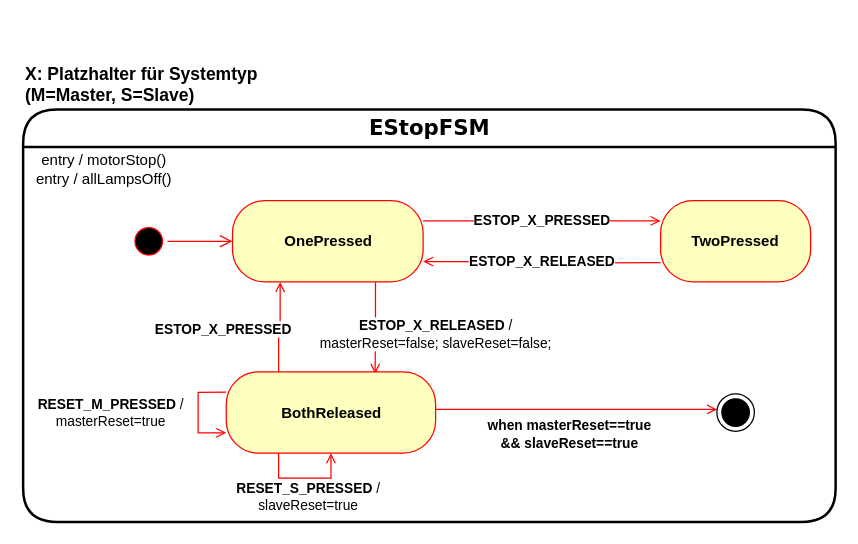
u2knwy/ESEP-2023SoSe-Team-2-1 keeps this draw.io diagram as page "estopp" (4 of 6) of docs/diagrams/fsm/state_machines.drawio. Above is the earlier version. Source tidied: cells renumbered, new cells numbered last; positions are measured from the earlier drawing's top-left corner, leaving out a move shared by most shapes. Both pictures are drawn from the tidied source at 125%, with x=0, y=0 at pixel (22, 59).
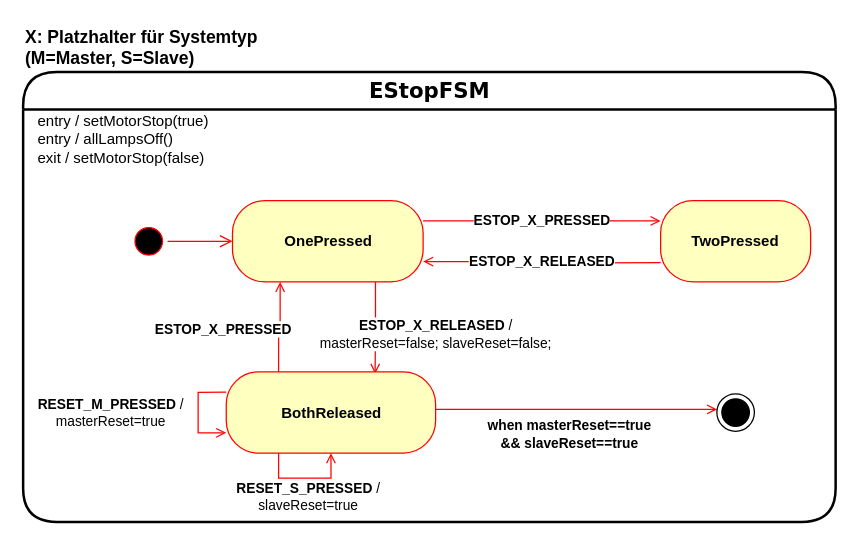
After the change.

The edit, as a diff of the source:
```diff
@@
     <mxCell id="2" value="&lt;font face=&quot;Verdana&quot; style=&quot;font-size: 17px&quot;&gt;EStopFSM&lt;/font&gt;" style="swimlane;html=1;fontStyle=1;align=center;verticalAlign=middle;horizontal=1;startSize=30;fontColor=#000000;rounded=1;arcSize=30;strokeColor=#000000;swimlaneFillColor=#FFFFFF;fillColor=#FFFFFF;strokeWidth=2;" parent="1" vertex="1">
-      <mxGeometry y="40" width="650" height="330" as="geometry" />
+      <mxGeometry y="10" width="650" height="360" as="geometry" />
     </mxCell>
     <mxCell id="3" value="X: Platzhalter für Systemtyp (M=Master, S=Slave)" style="text;html=1;strokeColor=none;fillColor=none;align=left;verticalAlign=middle;whiteSpace=wrap;rounded=0;fontSize=14;fontStyle=1;" parent="1" vertex="1">
-      <mxGeometry width="201" height="40" as="geometry" />
+      <mxGeometry y="-30" width="201" height="40" as="geometry" />
     </mxCell>
@@
-    <mxCell id="16" value="entry / motorStop()&lt;br style=&quot;border-color: var(--border-color);&quot;&gt;entry / allLampsOff()" style="text;html=1;strokeColor=none;fillColor=none;align=center;verticalAlign=middle;whiteSpace=wrap;rounded=0;" parent="1" vertex="1">
-      <mxGeometry y="73" width="130" height="30" as="geometry" />
+    <mxCell id="16" value="entry / setMotorStop(true)&lt;br style=&quot;border-color: var(--border-color);&quot;&gt;entry / allLampsOff()&lt;br&gt;exit / setMotorStop(false)" style="text;html=1;strokeColor=none;fillColor=none;align=left;verticalAlign=middle;whiteSpace=wrap;rounded=0;" parent="1" vertex="1">
+      <mxGeometry x="10" y="40" width="170" height="47" as="geometry" />
     </mxCell>
```
